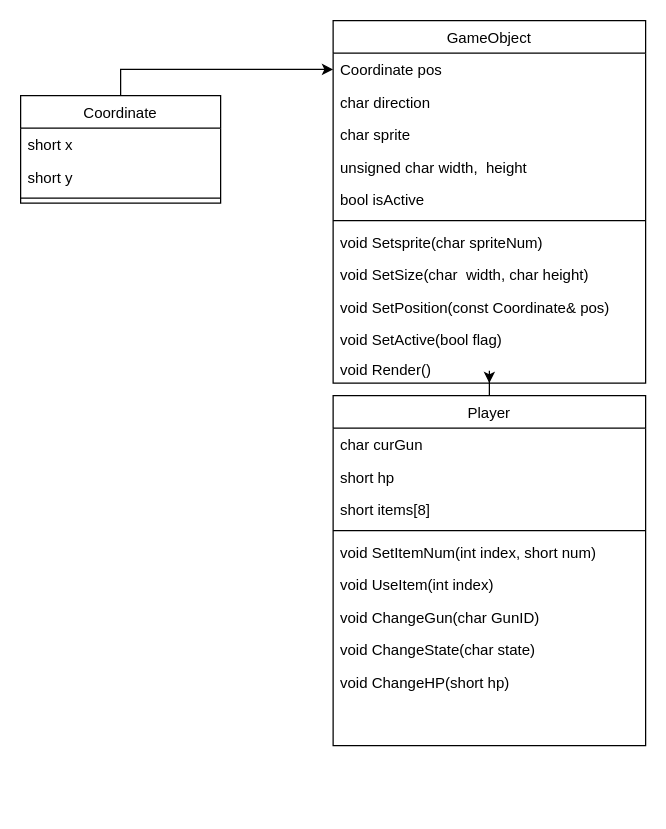
Above: client_class_diagram.drawio in kakik/agari (draw.io), before the change. Source tidied: cells renumbered, new cells numbered last; positions are measured from the earlier drawing's top-left corner, leaving out a move shared by most shapes. Both pictures are drawn from the tidied source at 125%, with x=0, y=0 at pixel (20, 20).
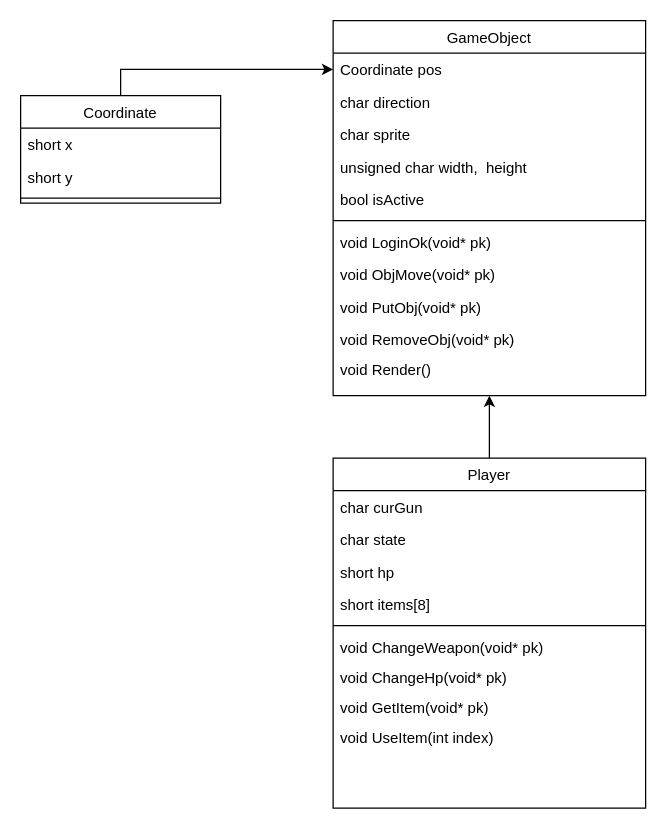
The same page after the edit.

Change to the diagram source:
```diff
@@
-    <mxCell id="2" style="edgeStyle=orthogonalEdgeStyle;rounded=0;jettySize=auto;html=1;entryX=0.5;entryY=1;entryDx=0;entryDy=0;exitX=0.5;exitY=0;exitDx=0;exitDy=0;" parent="1" edge="1" source="3" target="18">
-      <mxGeometry relative="1" as="geometry">
-        <Array as="points">
-          <mxPoint x="375" y="280" />
-          <mxPoint x="375" y="280" />
-        </Array>
-      </mxGeometry>
+    <mxCell id="2" style="edgeStyle=orthogonalEdgeStyle;rounded=0;jettySize=auto;html=1;entryX=0.5;entryY=1;entryDx=0;entryDy=0;" parent="1" edge="1" source="3" target="18">
+      <mxGeometry relative="1" as="geometry" />
     </mxCell>
     <mxCell id="3" value="Player" style="swimlane;fontStyle=0;align=center;verticalAlign=top;horizontal=1;startSize=26;rounded=0;shadow=0;strokeWidth=1;" parent="1" vertex="1">
-      <mxGeometry x="250" y="300" width="250" height="280" as="geometry" />
+      <mxGeometry x="250" y="350" width="250" height="280" as="geometry" />
     </mxCell>
@@
+    <mxCell id="30" value="char state" style="text;align=left;verticalAlign=top;spacingLeft=4;spacingRight=4;overflow=hidden;rounded=0;shadow=0;html=0;" parent="3" vertex="1">
+      <mxGeometry y="52" width="250" height="26" as="geometry" />
+    </mxCell>
     <mxCell id="5" value="short hp" style="text;align=left;verticalAlign=top;spacingLeft=4;spacingRight=4;overflow=hidden;rounded=0;shadow=0;html=0;" parent="3" vertex="1">
-      <mxGeometry y="52" width="250" height="26" as="geometry" />
+      <mxGeometry y="78" width="250" height="26" as="geometry" />
     </mxCell>
     <mxCell id="6" value="short items[8]" style="text;align=left;verticalAlign=top;spacingLeft=4;spacingRight=4;overflow=hidden;rounded=0;shadow=0;html=0;" parent="3" vertex="1">
-      <mxGeometry y="78" width="250" height="26" as="geometry" />
+      <mxGeometry y="104" width="250" height="26" as="geometry" />
     </mxCell>
     <mxCell id="7" style="line;html=1;strokeWidth=1;align=left;verticalAlign=middle;spacingTop=-1;spacingLeft=3;spacingRight=3;labelPosition=right;" parent="3" vertex="1">
-      <mxGeometry y="104" width="250" height="8" as="geometry" />
+      <mxGeometry y="130" width="250" height="8" as="geometry" />
     </mxCell>
-    <mxCell id="8" value="void SetItemNum(int index, short num)" style="text;align=left;verticalAlign=top;spacingLeft=4;spacingRight=4;overflow=hidden;fontStyle=0;" parent="3" vertex="1">
-      <mxGeometry y="112" width="250" height="26" as="geometry" />
-    </mxCell>
+    <mxCell id="31" value="void ChangeWeapon(void* pk)" style="text;align=left;verticalAlign=top;spacingLeft=4;spacingRight=4;overflow=hidden;rounded=0;shadow=0;html=0;" parent="3" vertex="1">
+      <mxGeometry y="138" width="250" height="24" as="geometry" />
+    </mxCell>
+    <mxCell id="32" value="void ChangeHp(void* pk)" style="text;align=left;verticalAlign=top;spacingLeft=4;spacingRight=4;overflow=hidden;rounded=0;shadow=0;html=0;" parent="3" vertex="1">
+      <mxGeometry y="162" width="250" height="24" as="geometry" />
+    </mxCell>
+    <mxCell id="33" value="void GetItem(void* pk)" style="text;align=left;verticalAlign=top;spacingLeft=4;spacingRight=4;overflow=hidden;rounded=0;shadow=0;html=0;" parent="3" vertex="1">
+      <mxGeometry y="186" width="250" height="24" as="geometry" />
+    </mxCell>
     <mxCell id="9" value="void UseItem(int index)" style="text;align=left;verticalAlign=top;spacingLeft=4;spacingRight=4;overflow=hidden;fontStyle=0;" parent="3" vertex="1">
-      <mxGeometry y="138" width="250" height="26" as="geometry" />
+      <mxGeometry y="210" width="250" height="26" as="geometry" />
     </mxCell>
-    <mxCell id="10" value="void ChangeGun(char GunID)" style="text;align=left;verticalAlign=top;spacingLeft=4;spacingRight=4;overflow=hidden;fontStyle=0;" parent="3" vertex="1">
-      <mxGeometry y="164" width="250" height="26" as="geometry" />
-    </mxCell>
-    <mxCell id="11" value="void ChangeState(char state)" style="text;align=left;verticalAlign=top;spacingLeft=4;spacingRight=4;overflow=hidden;" parent="3" vertex="1">
-      <mxGeometry y="190" width="250" height="26" as="geometry" />
-    </mxCell>
-    <mxCell id="12" value="void ChangeHP(short hp)" style="text;align=left;verticalAlign=top;spacingLeft=4;spacingRight=4;overflow=hidden;" parent="3" vertex="1">
-      <mxGeometry y="216" width="250" height="26" as="geometry" />
-    </mxCell>
@@
     <mxCell id="18" value="GameObject" style="swimlane;fontStyle=0;align=center;verticalAlign=top;horizontal=1;startSize=26;rounded=0;shadow=0;strokeWidth=1;" parent="1" vertex="1">
-      <mxGeometry x="250" width="250" height="290" as="geometry" />
+      <mxGeometry x="250" width="250" height="300" as="geometry" />
     </mxCell>
@@
-    <mxCell id="25" value="void Setsprite(char spriteNum)" style="text;align=left;verticalAlign=top;spacingLeft=4;spacingRight=4;overflow=hidden;rounded=0;shadow=0;html=0;" parent="18" vertex="1">
+    <mxCell id="25" value="void LoginOk(void* pk)" style="text;align=left;verticalAlign=top;spacingLeft=4;spacingRight=4;overflow=hidden;rounded=0;shadow=0;html=0;" parent="18" vertex="1">
       <mxGeometry y="164" width="250" height="26" as="geometry" />
     </mxCell>
-    <mxCell id="26" value="void SetSize(char  width, char height)" style="text;align=left;verticalAlign=top;spacingLeft=4;spacingRight=4;overflow=hidden;rounded=0;shadow=0;html=0;" parent="18" vertex="1">
+    <mxCell id="26" value="void ObjMove(void* pk)" style="text;align=left;verticalAlign=top;spacingLeft=4;spacingRight=4;overflow=hidden;rounded=0;shadow=0;html=0;" parent="18" vertex="1">
       <mxGeometry y="190" width="250" height="26" as="geometry" />
     </mxCell>
-    <mxCell id="27" value="void SetPosition(const Coordinate&amp; pos)" style="text;align=left;verticalAlign=top;spacingLeft=4;spacingRight=4;overflow=hidden;rounded=0;shadow=0;html=0;" parent="18" vertex="1">
+    <mxCell id="27" value="void PutObj(void* pk)" style="text;align=left;verticalAlign=top;spacingLeft=4;spacingRight=4;overflow=hidden;rounded=0;shadow=0;html=0;" parent="18" vertex="1">
       <mxGeometry y="216" width="250" height="26" as="geometry" />
     </mxCell>
-    <mxCell id="28" value="void SetActive(bool flag)" style="text;align=left;verticalAlign=top;spacingLeft=4;spacingRight=4;overflow=hidden;rounded=0;shadow=0;html=0;" parent="18" vertex="1">
+    <mxCell id="28" value="void RemoveObj(void* pk)" style="text;align=left;verticalAlign=top;spacingLeft=4;spacingRight=4;overflow=hidden;rounded=0;shadow=0;html=0;" parent="18" vertex="1">
       <mxGeometry y="242" width="250" height="24" as="geometry" />
     </mxCell>
```
